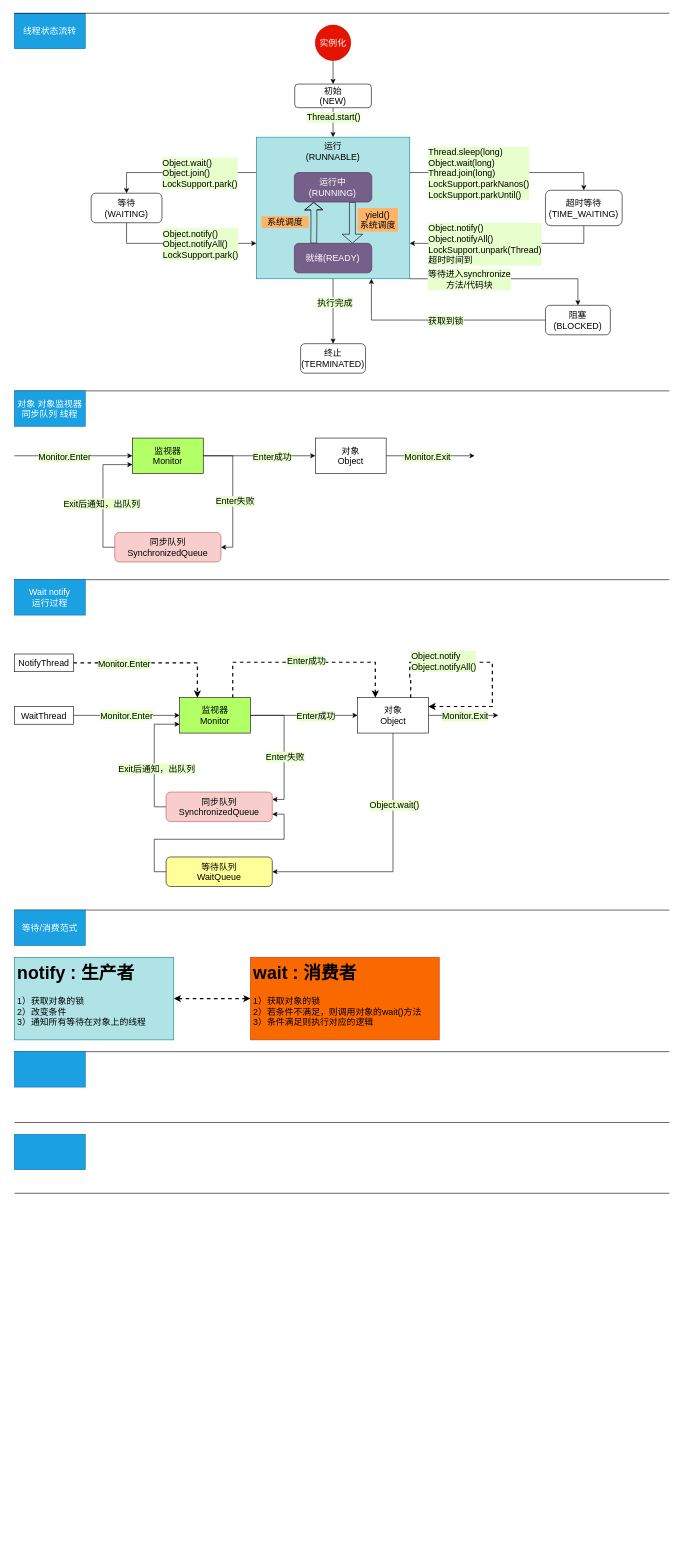
Earlier version of the draw.io diagram ConcurrencyProgramming.drawio (anDongCoder/draw-io). Source tidied: cells renumbered, new cells numbered last; positions are measured from the earlier drawing's top-left corner, leaving out a move shared by most shapes. Both pictures are drawn from the tidied source at 59%, with x=0, y=0 at pixel (14, 10).
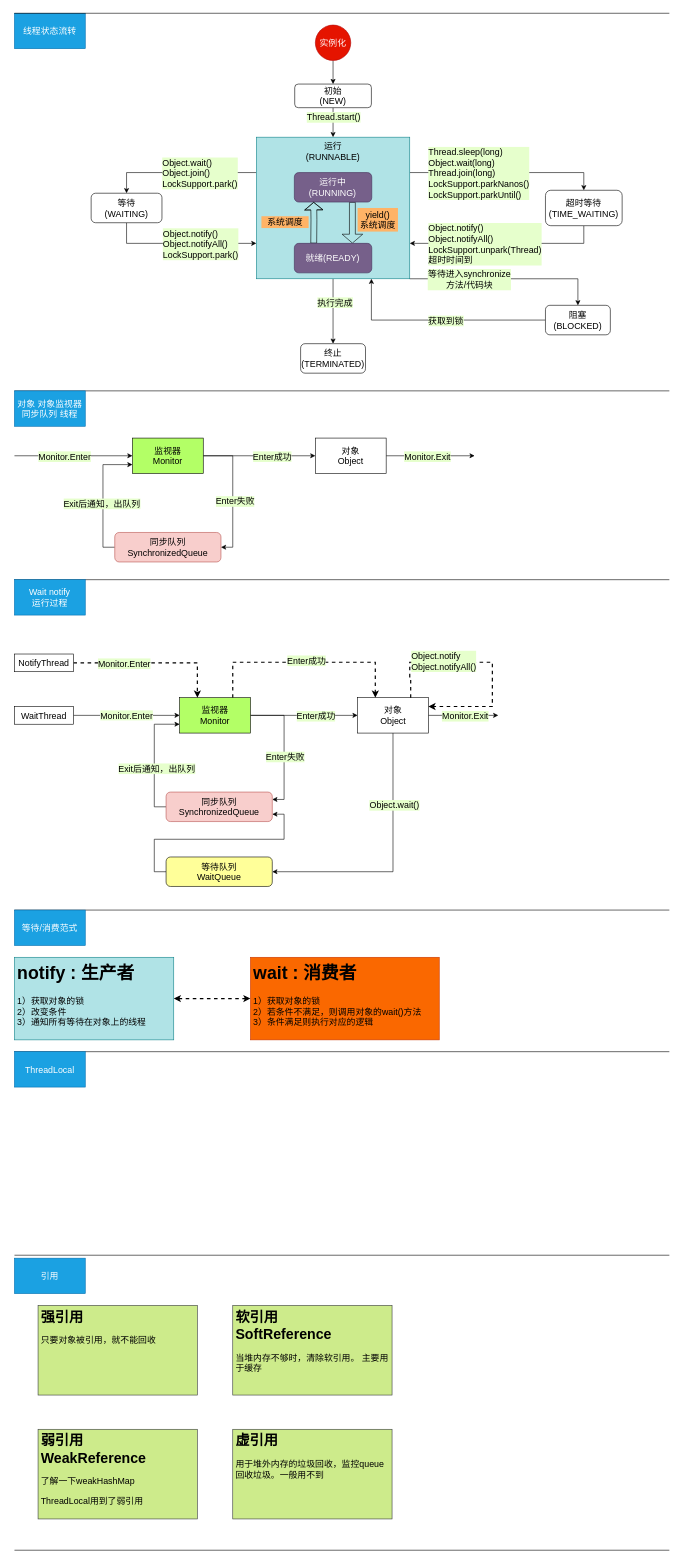
The same diagram, later.

The edit, as a diff of the source:
```diff
@@
-    <mxCell id="82" style="rounded=0;whiteSpace=wrap;html=1;fillColor=#1ba1e2;strokeColor=#006EAF;fontColor=#ffffff;fontSize=15;" parent="1" vertex="1">
+    <mxCell id="82" value="ThreadLocal" style="rounded=0;whiteSpace=wrap;html=1;fillColor=#1ba1e2;strokeColor=#006EAF;fontColor=#ffffff;fontSize=15;" parent="1" vertex="1">
       <mxGeometry y="1765" width="120" height="60" as="geometry" />
     </mxCell>
     <mxCell id="83" style="line;strokeWidth=1;html=1;" parent="1" vertex="1">
-      <mxGeometry y="1880" width="1110" height="10" as="geometry" />
+      <mxGeometry y="2105" width="1110" height="10" as="geometry" />
     </mxCell>
-    <mxCell id="84" style="rounded=0;whiteSpace=wrap;html=1;fillColor=#1ba1e2;strokeColor=#006EAF;fontColor=#ffffff;fontSize=15;" parent="1" vertex="1">
-      <mxGeometry y="1905" width="120" height="60" as="geometry" />
+    <mxCell id="84" value="引用" style="rounded=0;whiteSpace=wrap;html=1;fillColor=#1ba1e2;strokeColor=#006EAF;fontColor=#ffffff;fontSize=15;" parent="1" vertex="1">
+      <mxGeometry y="2115" width="120" height="60" as="geometry" />
     </mxCell>
     <mxCell id="85" style="line;strokeWidth=1;html=1;" parent="1" vertex="1">
-      <mxGeometry y="2000" width="1110" height="10" as="geometry" />
+      <mxGeometry y="2605" width="1110" height="10" as="geometry" />
     </mxCell>
+    <mxCell id="86" value="&lt;h1&gt;软引用&amp;nbsp; &amp;nbsp; &amp;nbsp; &amp;nbsp; &amp;nbsp; &amp;nbsp; &amp;nbsp; &amp;nbsp; SoftReference&lt;/h1&gt;&lt;p style=&quot;font-size: 15px&quot;&gt;当堆内存不够时，清除软引用。 主要用于缓存&lt;/p&gt;" style="text;html=1;strokeColor=#36393d;fillColor=#cdeb8b;spacing=5;spacingTop=-20;whiteSpace=wrap;overflow=hidden;rounded=0;" parent="1" vertex="1">
+      <mxGeometry x="370" y="2195" width="270" height="152" as="geometry" />
+    </mxCell>
+    <mxCell id="87" value="&lt;h1&gt;强引用&lt;/h1&gt;&lt;p style=&quot;font-size: 15px&quot;&gt;只要对象被引用，就不能回收&lt;/p&gt;" style="text;html=1;strokeColor=#36393d;fillColor=#cdeb8b;spacing=5;spacingTop=-20;whiteSpace=wrap;overflow=hidden;rounded=0;" parent="1" vertex="1">
+      <mxGeometry x="40" y="2195" width="270" height="152" as="geometry" />
+    </mxCell>
+    <mxCell id="88" value="&lt;h1&gt;弱引用&amp;nbsp; &amp;nbsp; &amp;nbsp; WeakReference&lt;/h1&gt;&lt;p style=&quot;font-size: 15px&quot;&gt;了解一下weakHashMap&lt;/p&gt;&lt;p style=&quot;font-size: 15px&quot;&gt;ThreadLocal用到了弱引用&lt;/p&gt;" style="text;html=1;strokeColor=#36393d;fillColor=#cdeb8b;spacing=5;spacingTop=-20;whiteSpace=wrap;overflow=hidden;rounded=0;" parent="1" vertex="1">
+      <mxGeometry x="40" y="2405" width="270" height="152" as="geometry" />
+    </mxCell>
+    <mxCell id="89" value="&lt;h1&gt;虚引用&lt;/h1&gt;&lt;p style=&quot;font-size: 15px&quot;&gt;用于堆外内存的垃圾回收，监控queue回收垃圾。一般用不到&lt;/p&gt;" style="text;html=1;strokeColor=#36393d;fillColor=#cdeb8b;spacing=5;spacingTop=-20;whiteSpace=wrap;overflow=hidden;rounded=0;" parent="1" vertex="1">
+      <mxGeometry x="370" y="2405" width="270" height="152" as="geometry" />
+    </mxCell>
```
